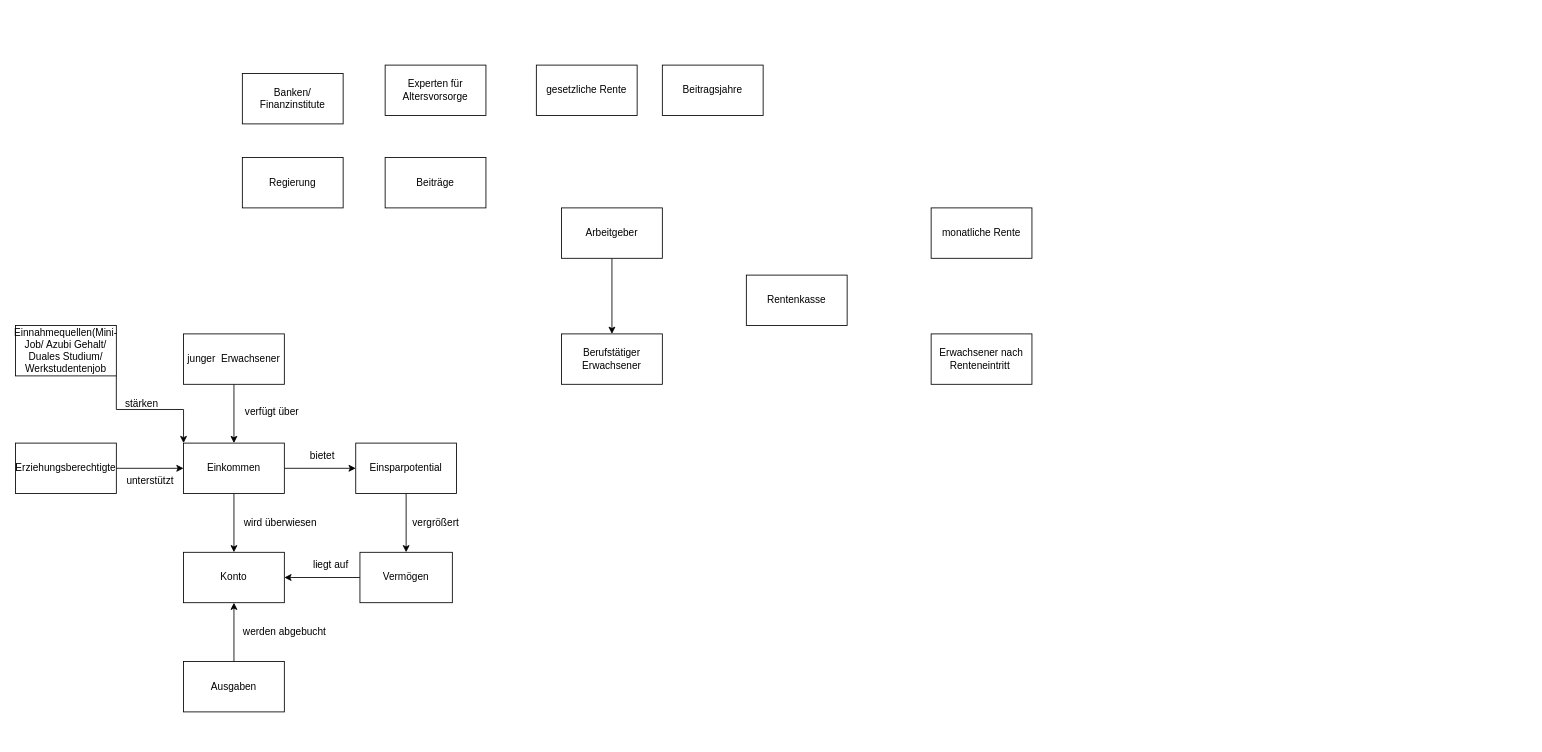
Earlier version of the draw.io diagram page "Seite-1" (1 of 2) of Unbenanntes Diagramm.drawio (HendrikRunde/EPWS2324_Zellmann_Runde). Source tidied: cells renumbered, new cells numbered last; positions are measured from the earlier drawing's top-left corner, leaving out a move shared by most shapes. Both pictures are drawn from the tidied source at 84%, with x=0, y=0 at pixel (15, 65).
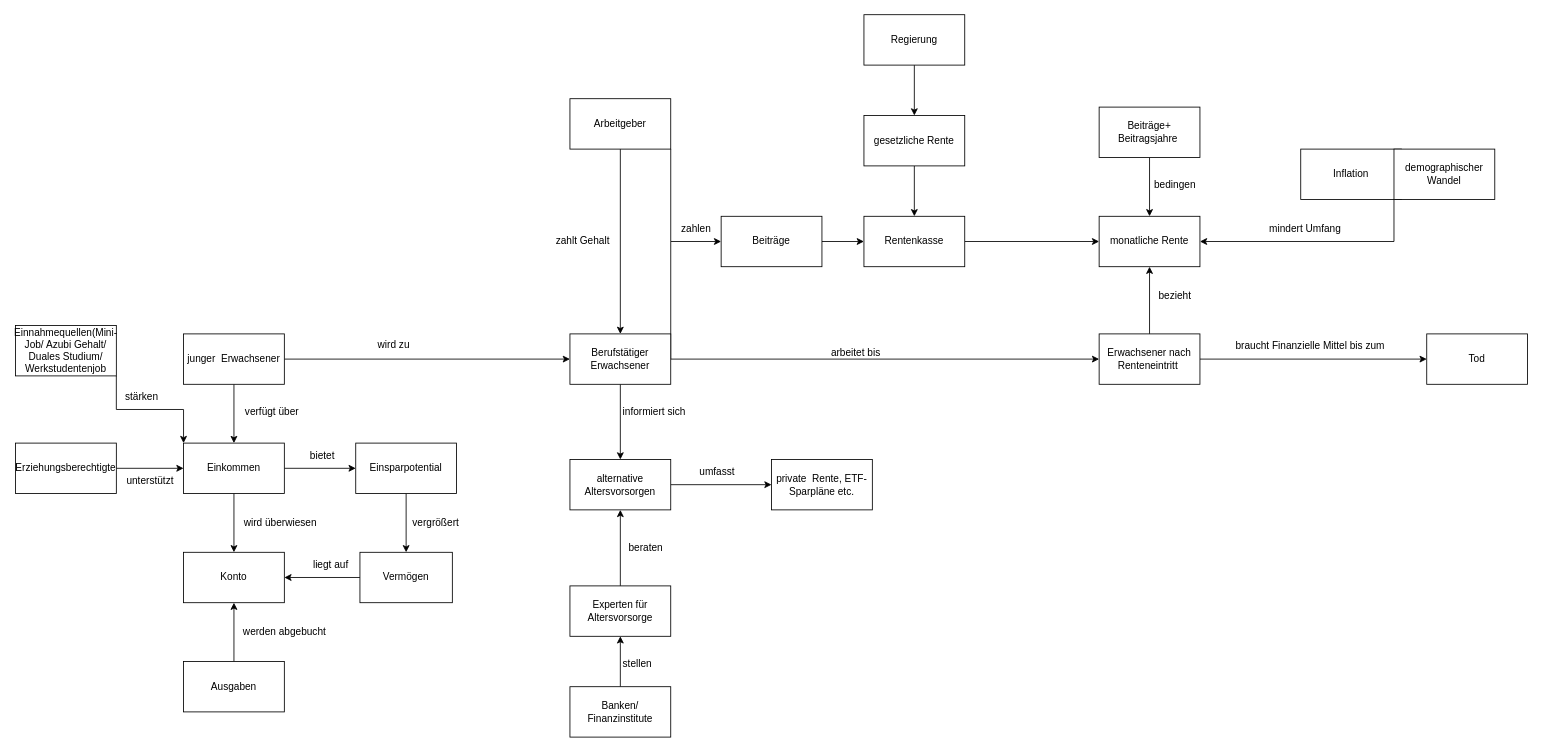
Above is the later version.

The change refers to these unchanged cells:
```xml
<mxCell id="3" value="junger &amp;nbsp;Erwachsener" style="rounded=0;whiteSpace=wrap;html=1;" parent="1" vertex="1">
  <mxGeometry x="200" y="320" width="120" height="60" as="geometry" />
</mxCell>
```

Change to the diagram source:
```diff
@@
+    <mxCell id="38" style="edgeStyle=orthogonalEdgeStyle;rounded=0;jettySize=auto;html=1;exitX=1;exitY=0.5;exitDx=0;exitDy=0;entryX=0;entryY=0.5;entryDx=0;entryDy=0;" parent="1" edge="1" source="3" target="34">
+      <mxGeometry relative="1" as="geometry" />
+    </mxCell>
@@
+    <mxCell id="39" style="edgeStyle=orthogonalEdgeStyle;rounded=0;jettySize=auto;html=1;" parent="1" edge="1" source="4" target="8">
+      <mxGeometry relative="1" as="geometry" />
+    </mxCell>
     <mxCell id="4" value="Regierung&lt;br&gt;" style="rounded=0;whiteSpace=wrap;html=1;" parent="1" vertex="1">
-      <mxGeometry x="270" y="110" width="120" height="60" as="geometry" />
+      <mxGeometry x="1010" y="-60" width="120" height="60" as="geometry" />
     </mxCell>
@@
     <mxCell id="6" value="Arbeitgeber" style="rounded=0;whiteSpace=wrap;html=1;" parent="1" vertex="1">
-      <mxGeometry x="650" y="170" width="120" height="60" as="geometry" />
+      <mxGeometry x="660" y="40" width="120" height="60" as="geometry" />
     </mxCell>
+    <mxCell id="40" style="edgeStyle=orthogonalEdgeStyle;rounded=0;jettySize=auto;html=1;exitX=0.5;exitY=0;exitDx=0;exitDy=0;" parent="1" edge="1" source="7" target="14">
+      <mxGeometry relative="1" as="geometry" />
+    </mxCell>
     <mxCell id="7" value="Banken/ Finanzinstitute" style="rounded=0;whiteSpace=wrap;html=1;" parent="1" vertex="1">
-      <mxGeometry x="270" y="10" width="120" height="60" as="geometry" />
+      <mxGeometry x="660" y="740" width="120" height="60" as="geometry" />
     </mxCell>
+    <mxCell id="41" style="edgeStyle=orthogonalEdgeStyle;rounded=0;jettySize=auto;html=1;" parent="1" edge="1" source="8" target="9">
+      <mxGeometry relative="1" as="geometry" />
+    </mxCell>
     <mxCell id="8" value="gesetzliche Rente" style="rounded=0;whiteSpace=wrap;html=1;" parent="1" vertex="1">
-      <mxGeometry x="620" width="120" height="60" as="geometry" />
+      <mxGeometry x="1010" y="60" width="120" height="60" as="geometry" />
     </mxCell>
+    <mxCell id="42" style="edgeStyle=orthogonalEdgeStyle;rounded=0;jettySize=auto;html=1;exitX=1;exitY=0.5;exitDx=0;exitDy=0;entryX=0;entryY=0.5;entryDx=0;entryDy=0;" parent="1" edge="1" source="9" target="11">
+      <mxGeometry relative="1" as="geometry" />
+    </mxCell>
     <mxCell id="9" value="Rentenkasse" style="rounded=0;whiteSpace=wrap;html=1;" parent="1" vertex="1">
-      <mxGeometry x="870" y="250" width="120" height="60" as="geometry" />
+      <mxGeometry x="1010" y="180" width="120" height="60" as="geometry" />
     </mxCell>
+    <mxCell id="43" style="edgeStyle=orthogonalEdgeStyle;rounded=0;jettySize=auto;html=1;exitX=1;exitY=0.5;exitDx=0;exitDy=0;entryX=0;entryY=0.5;entryDx=0;entryDy=0;" parent="1" edge="1" source="10" target="9">
+      <mxGeometry relative="1" as="geometry" />
+    </mxCell>
     <mxCell id="10" value="Beiträge" style="rounded=0;whiteSpace=wrap;html=1;" parent="1" vertex="1">
-      <mxGeometry x="440" y="110" width="120" height="60" as="geometry" />
+      <mxGeometry x="840" y="180" width="120" height="60" as="geometry" />
     </mxCell>
     <mxCell id="11" value="monatliche Rente" style="rounded=0;whiteSpace=wrap;html=1;" parent="1" vertex="1">
-      <mxGeometry x="1090" y="170" width="120" height="60" as="geometry" />
+      <mxGeometry x="1290" y="180" width="120" height="60" as="geometry" />
     </mxCell>
+    <mxCell id="44" style="edgeStyle=orthogonalEdgeStyle;rounded=0;jettySize=auto;html=1;exitX=0.5;exitY=1;exitDx=0;exitDy=0;entryX=0.5;entryY=0;entryDx=0;entryDy=0;" parent="1" edge="1" source="12" target="11">
+      <mxGeometry relative="1" as="geometry" />
+    </mxCell>
-    <mxCell id="12" value="Beitragsjahre" style="rounded=0;whiteSpace=wrap;html=1;" parent="1" vertex="1">
-      <mxGeometry x="770" width="120" height="60" as="geometry" />
+    <mxCell id="12" value="Beiträge+ Beitragsjahre&amp;nbsp;" style="rounded=0;whiteSpace=wrap;html=1;" parent="1" vertex="1">
+      <mxGeometry x="1290" y="50" width="120" height="60" as="geometry" />
     </mxCell>
+    <mxCell id="45" style="edgeStyle=orthogonalEdgeStyle;rounded=0;jettySize=auto;html=1;exitX=0.5;exitY=0;exitDx=0;exitDy=0;entryX=0.5;entryY=1;entryDx=0;entryDy=0;" parent="1" edge="1" source="13" target="11">
+      <mxGeometry relative="1" as="geometry" />
+    </mxCell>
+    <mxCell id="46" style="edgeStyle=orthogonalEdgeStyle;rounded=0;jettySize=auto;html=1;exitX=1;exitY=0.5;exitDx=0;exitDy=0;entryX=0;entryY=0.5;entryDx=0;entryDy=0;" parent="1" edge="1" source="13" target="60">
+      <mxGeometry relative="1" as="geometry" />
+    </mxCell>
     <mxCell id="13" value="Erwachsener nach Renteneintritt&amp;nbsp;" style="rounded=0;whiteSpace=wrap;html=1;" parent="1" vertex="1">
-      <mxGeometry x="1090" y="320" width="120" height="60" as="geometry" />
+      <mxGeometry x="1290" y="320" width="120" height="60" as="geometry" />
     </mxCell>
+    <mxCell id="47" style="edgeStyle=orthogonalEdgeStyle;rounded=0;jettySize=auto;html=1;exitX=0.5;exitY=0;exitDx=0;exitDy=0;entryX=0.5;entryY=1;entryDx=0;entryDy=0;" parent="1" edge="1" source="14" target="57">
+      <mxGeometry relative="1" as="geometry" />
+    </mxCell>
     <mxCell id="14" value="Experten für Altersvorsorge" style="rounded=0;whiteSpace=wrap;html=1;" parent="1" vertex="1">
-      <mxGeometry x="440" width="120" height="60" as="geometry" />
+      <mxGeometry x="660" y="620" width="120" height="60" as="geometry" />
     </mxCell>
@@
+    <mxCell id="48" style="edgeStyle=orthogonalEdgeStyle;rounded=0;jettySize=auto;html=1;exitX=1;exitY=0.5;exitDx=0;exitDy=0;entryX=0;entryY=0.5;entryDx=0;entryDy=0;" parent="1" edge="1" source="34" target="10">
+      <mxGeometry relative="1" as="geometry">
+        <Array as="points">
+          <mxPoint x="780" y="210" />
+        </Array>
+      </mxGeometry>
+    </mxCell>
+    <mxCell id="49" style="edgeStyle=orthogonalEdgeStyle;rounded=0;jettySize=auto;html=1;entryX=0;entryY=0.5;entryDx=0;entryDy=0;" parent="1" edge="1" source="34" target="13">
+      <mxGeometry relative="1" as="geometry" />
+    </mxCell>
+    <mxCell id="50" style="edgeStyle=orthogonalEdgeStyle;rounded=0;jettySize=auto;html=1;exitX=0.5;exitY=1;exitDx=0;exitDy=0;entryX=0.5;entryY=0;entryDx=0;entryDy=0;" parent="1" edge="1" source="34" target="57">
+      <mxGeometry relative="1" as="geometry" />
+    </mxCell>
     <mxCell id="34" value="Berufstätiger Erwachsener" style="rounded=0;whiteSpace=wrap;html=1;" parent="1" vertex="1">
-      <mxGeometry x="650" y="320" width="120" height="60" as="geometry" />
+      <mxGeometry x="660" y="320" width="120" height="60" as="geometry" />
     </mxCell>
@@
     <mxCell id="37" value="stärken" style="text;html=1;align=center;verticalAlign=middle;strokeColor=none;fillColor=none;" parent="1" vertex="1">
-      <mxGeometry x="120" y="388" width="60" height="30" as="geometry" />
+      <mxGeometry x="120" y="380" width="60" height="30" as="geometry" />
     </mxCell>
+    <mxCell id="51" value="zahlt Gehalt" style="text;html=1;align=center;verticalAlign=middle;strokeColor=none;fillColor=none;" parent="1" vertex="1">
+      <mxGeometry x="630" y="195" width="90" height="30" as="geometry" />
+    </mxCell>
+    <mxCell id="52" style="endArrow=none;html=1;rounded=0;exitX=1;exitY=1;exitDx=0;exitDy=0;" parent="1" edge="1" source="6">
+      <mxGeometry relative="1" as="geometry">
+        <mxPoint x="780" y="210" as="targetPoint" />
+      </mxGeometry>
+    </mxCell>
+    <mxCell id="53" value="zahlen" style="text;html=1;align=center;verticalAlign=middle;strokeColor=none;fillColor=none;" parent="1" vertex="1">
+      <mxGeometry x="780" y="180" width="60" height="30" as="geometry" />
+    </mxCell>
+    <mxCell id="54" value="bezieht" style="text;html=1;align=center;verticalAlign=middle;strokeColor=none;fillColor=none;" parent="1" vertex="1">
+      <mxGeometry x="1350" y="260" width="60" height="30" as="geometry" />
+    </mxCell>
+    <mxCell id="55" style="edgeStyle=orthogonalEdgeStyle;rounded=0;jettySize=auto;html=1;exitX=1;exitY=0.5;exitDx=0;exitDy=0;" parent="1" edge="1" source="57">
+      <mxGeometry relative="1" as="geometry">
+        <mxPoint x="780.4" y="499.8" as="targetPoint" />
+      </mxGeometry>
+    </mxCell>
+    <mxCell id="56" style="edgeStyle=orthogonalEdgeStyle;rounded=0;jettySize=auto;html=1;exitX=1;exitY=0.5;exitDx=0;exitDy=0;entryX=0;entryY=0.5;entryDx=0;entryDy=0;" parent="1" edge="1" source="57" target="58">
+      <mxGeometry relative="1" as="geometry" />
+    </mxCell>
+    <mxCell id="57" value="alternative Altersvorsorgen" style="rounded=0;whiteSpace=wrap;html=1;" parent="1" vertex="1">
+      <mxGeometry x="660" y="469.5" width="120" height="60" as="geometry" />
+    </mxCell>
+    <mxCell id="58" value="private &amp;nbsp;Rente, ETF-Sparpläne etc." style="rounded=0;whiteSpace=wrap;html=1;" parent="1" vertex="1">
+      <mxGeometry x="900" y="469.5" width="120" height="60" as="geometry" />
+    </mxCell>
+    <mxCell id="59" value="wird zu" style="text;html=1;align=center;verticalAlign=middle;strokeColor=none;fillColor=none;" parent="1" vertex="1">
+      <mxGeometry x="420" y="318" width="60" height="30" as="geometry" />
+    </mxCell>
+    <mxCell id="60" value="Tod" style="rounded=0;whiteSpace=wrap;html=1;" parent="1" vertex="1">
+      <mxGeometry x="1680" y="320" width="120" height="60" as="geometry" />
+    </mxCell>
+    <mxCell id="61" value="braucht Finanzielle Mittel bis zum" style="text;html=1;align=center;verticalAlign=middle;strokeColor=none;fillColor=none;" parent="1" vertex="1">
+      <mxGeometry x="1441" y="320" width="200" height="30" as="geometry" />
+    </mxCell>
+    <mxCell id="62" value="arbeitet bis" style="text;html=1;align=center;verticalAlign=middle;strokeColor=none;fillColor=none;" parent="1" vertex="1">
+      <mxGeometry x="960" y="328" width="80" height="30" as="geometry" />
+    </mxCell>
+    <mxCell id="63" value="informiert sich" style="text;html=1;align=center;verticalAlign=middle;strokeColor=none;fillColor=none;" parent="1" vertex="1">
+      <mxGeometry x="710" y="398" width="100" height="30" as="geometry" />
+    </mxCell>
+    <mxCell id="64" value="stellen" style="text;html=1;align=center;verticalAlign=middle;strokeColor=none;fillColor=none;" parent="1" vertex="1">
+      <mxGeometry x="710" y="698" width="60" height="30" as="geometry" />
+    </mxCell>
+    <mxCell id="65" value="beraten" style="text;html=1;align=center;verticalAlign=middle;strokeColor=none;fillColor=none;" parent="1" vertex="1">
+      <mxGeometry x="720" y="559.5" width="60" height="30" as="geometry" />
+    </mxCell>
+    <mxCell id="66" value="umfasst" style="text;html=1;align=center;verticalAlign=middle;strokeColor=none;fillColor=none;" parent="1" vertex="1">
+      <mxGeometry x="800" y="469.5" width="70" height="30" as="geometry" />
+    </mxCell>
+    <mxCell id="67" value="bedingen" style="text;html=1;align=center;verticalAlign=middle;strokeColor=none;fillColor=none;" parent="1" vertex="1">
+      <mxGeometry x="1345" y="128" width="70" height="30" as="geometry" />
+    </mxCell>
+    <mxCell id="68" value="Inflation" style="rounded=0;whiteSpace=wrap;html=1;" parent="1" vertex="1">
+      <mxGeometry x="1530" y="100" width="120" height="60" as="geometry" />
+    </mxCell>
+    <mxCell id="69" style="edgeStyle=orthogonalEdgeStyle;rounded=0;jettySize=auto;html=1;exitX=0;exitY=1;exitDx=0;exitDy=0;entryX=1;entryY=0.5;entryDx=0;entryDy=0;" parent="1" edge="1" source="70" target="11">
+      <mxGeometry relative="1" as="geometry" />
+    </mxCell>
+    <mxCell id="70" value="demographischer Wandel" style="rounded=0;whiteSpace=wrap;html=1;" parent="1" vertex="1">
+      <mxGeometry x="1641" y="100" width="120" height="60" as="geometry" />
+    </mxCell>
+    <mxCell id="71" value="mindert Umfang" style="text;html=1;align=center;verticalAlign=middle;strokeColor=none;fillColor=none;" parent="1" vertex="1">
+      <mxGeometry x="1480" y="180" width="110" height="30" as="geometry" />
+    </mxCell>
```
